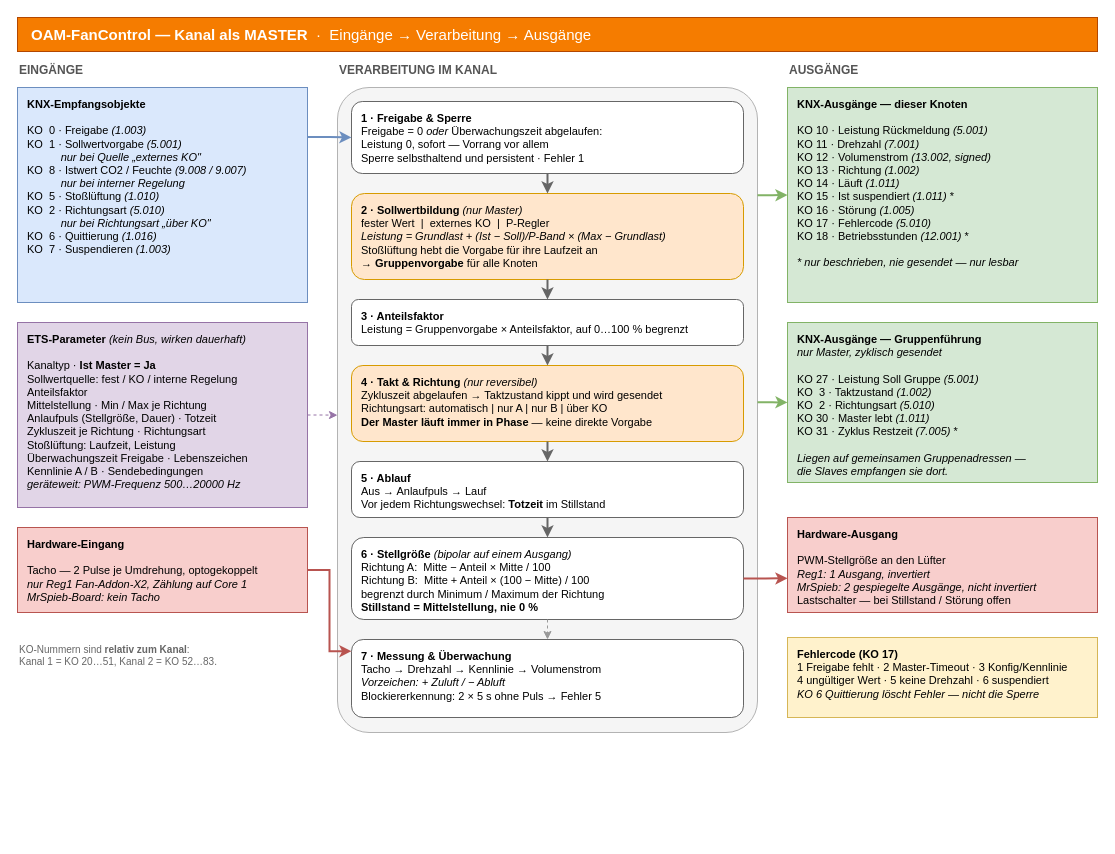
This is page "Master" (1 of 2) of references/IO-Uebersicht.drawio from OpenKNX/OAM-FanControl, a draw.io file, before an edit. Source tidied: cells renumbered, new cells numbered last; positions are measured from the earlier drawing's top-left corner, leaving out a move shared by most shapes. Both pictures are drawn from the tidied source at 100%, with x=0, y=0 at pixel (17, 17).
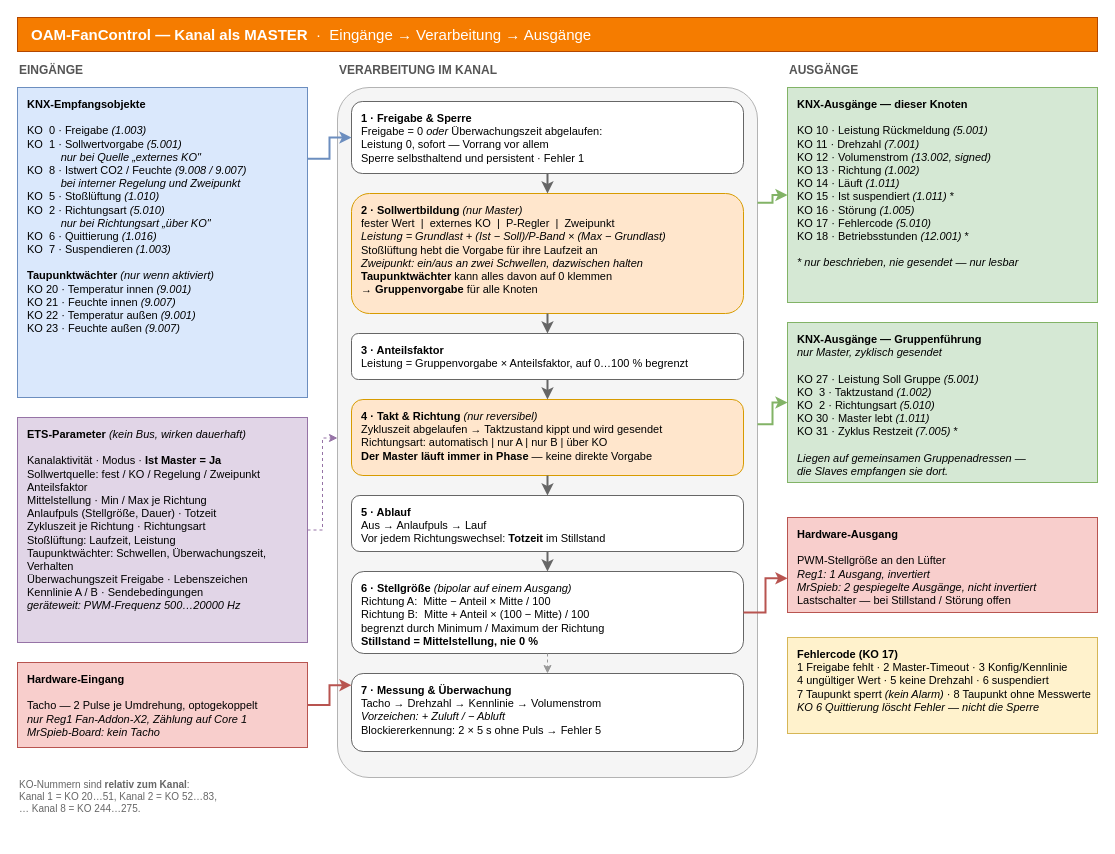
Above is the later version.

Change to the diagram source:
```diff
@@
     <mxCell id="6" style="rounded=1;arcSize=7.5;html=1;whiteSpace=wrap;fillColor=#F5F5F5;strokeColor=#B3B3B3;" parent="1" vertex="1">
-      <mxGeometry x="320" y="70" width="420" height="645" as="geometry" />
+      <mxGeometry x="320" y="70" width="420" height="690" as="geometry" />
     </mxCell>
-    <mxCell id="7" value="&lt;b&gt;KNX-Empfangsobjekte&lt;/b&gt;&lt;br&gt;&lt;br&gt;KO&amp;nbsp; 0 · Freigabe &lt;i&gt;(1.003)&lt;/i&gt;&lt;br&gt;KO&amp;nbsp; 1 · Sollwertvorgabe &lt;i&gt;(5.001)&lt;/i&gt;&lt;br&gt;&amp;nbsp;&amp;nbsp;&amp;nbsp;&amp;nbsp;&amp;nbsp;&amp;nbsp;&amp;nbsp;&amp;nbsp;&amp;nbsp;&amp;nbsp;&amp;nbsp;&lt;i&gt;nur bei Quelle „externes KO&quot;&lt;/i&gt;&lt;br&gt;KO&amp;nbsp; 8 · Istwert CO2 / Feuchte &lt;i&gt;(9.008 / 9.007)&lt;/i&gt;&lt;br&gt;&amp;nbsp;&amp;nbsp;&amp;nbsp;&amp;nbsp;&amp;nbsp;&amp;nbsp;&amp;nbsp;&amp;nbsp;&amp;nbsp;&amp;nbsp;&amp;nbsp;&lt;i&gt;nur bei interner Regelung&lt;/i&gt;&lt;br&gt;KO&amp;nbsp; 5 · Stoßlüftung &lt;i&gt;(1.010)&lt;/i&gt;&lt;br&gt;KO&amp;nbsp; 2 · Richtungsart &lt;i&gt;(5.010)&lt;/i&gt;&lt;br&gt;&amp;nbsp;&amp;nbsp;&amp;nbsp;&amp;nbsp;&amp;nbsp;&amp;nbsp;&amp;nbsp;&amp;nbsp;&amp;nbsp;&amp;nbsp;&amp;nbsp;&lt;i&gt;nur bei Richtungsart „über KO&quot;&lt;/i&gt;&lt;br&gt;KO&amp;nbsp; 6 · Quittierung &lt;i&gt;(1.016)&lt;/i&gt;&lt;br&gt;KO&amp;nbsp; 7 · Suspendieren &lt;i&gt;(1.003)&lt;/i&gt;" style="rounded=0;html=1;whiteSpace=wrap;fillColor=#DAE8FC;strokeColor=#6C8EBF;align=left;verticalAlign=top;spacingLeft=8;spacingTop=4;fontSize=11;" parent="1" vertex="1">
-      <mxGeometry y="70" width="290" height="215" as="geometry" />
+    <mxCell id="7" value="&lt;b&gt;KNX-Empfangsobjekte&lt;/b&gt;&lt;br&gt;&lt;br&gt;KO&amp;nbsp; 0 · Freigabe &lt;i&gt;(1.003)&lt;/i&gt;&lt;br&gt;KO&amp;nbsp; 1 · Sollwertvorgabe &lt;i&gt;(5.001)&lt;/i&gt;&lt;br&gt;&amp;nbsp;&amp;nbsp;&amp;nbsp;&amp;nbsp;&amp;nbsp;&amp;nbsp;&amp;nbsp;&amp;nbsp;&amp;nbsp;&amp;nbsp;&amp;nbsp;&lt;i&gt;nur bei Quelle „externes KO&quot;&lt;/i&gt;&lt;br&gt;KO&amp;nbsp; 8 · Istwert CO2 / Feuchte &lt;i&gt;(9.008 / 9.007)&lt;/i&gt;&lt;br&gt;&amp;nbsp;&amp;nbsp;&amp;nbsp;&amp;nbsp;&amp;nbsp;&amp;nbsp;&amp;nbsp;&amp;nbsp;&amp;nbsp;&amp;nbsp;&amp;nbsp;&lt;i&gt;bei interner Regelung und Zweipunkt&lt;/i&gt;&lt;br&gt;KO&amp;nbsp; 5 · Stoßlüftung &lt;i&gt;(1.010)&lt;/i&gt;&lt;br&gt;KO&amp;nbsp; 2 · Richtungsart &lt;i&gt;(5.010)&lt;/i&gt;&lt;br&gt;&amp;nbsp;&amp;nbsp;&amp;nbsp;&amp;nbsp;&amp;nbsp;&amp;nbsp;&amp;nbsp;&amp;nbsp;&amp;nbsp;&amp;nbsp;&amp;nbsp;&lt;i&gt;nur bei Richtungsart „über KO&quot;&lt;/i&gt;&lt;br&gt;KO&amp;nbsp; 6 · Quittierung &lt;i&gt;(1.016)&lt;/i&gt;&lt;br&gt;KO&amp;nbsp; 7 · Suspendieren &lt;i&gt;(1.003)&lt;/i&gt;&lt;br&gt;&lt;br&gt;&lt;b&gt;Taupunktwächter&lt;/b&gt; &lt;i&gt;(nur wenn aktiviert)&lt;/i&gt;&lt;br&gt;KO 20 · Temperatur innen &lt;i&gt;(9.001)&lt;/i&gt;&lt;br&gt;KO 21 · Feuchte innen &lt;i&gt;(9.007)&lt;/i&gt;&lt;br&gt;KO 22 · Temperatur außen &lt;i&gt;(9.001)&lt;/i&gt;&lt;br&gt;KO 23 · Feuchte außen &lt;i&gt;(9.007)&lt;/i&gt;" style="rounded=0;html=1;whiteSpace=wrap;fillColor=#DAE8FC;strokeColor=#6C8EBF;align=left;verticalAlign=top;spacingLeft=8;spacingTop=4;fontSize=11;" parent="1" vertex="1">
+      <mxGeometry y="70" width="290" height="310" as="geometry" />
     </mxCell>
-    <mxCell id="8" value="&lt;b&gt;ETS-Parameter&lt;/b&gt; &lt;i&gt;(kein Bus, wirken dauerhaft)&lt;/i&gt;&lt;br&gt;&lt;br&gt;Kanaltyp · &lt;b&gt;Ist Master = Ja&lt;/b&gt;&lt;br&gt;Sollwertquelle: fest / KO / interne Regelung&lt;br&gt;Anteilsfaktor&lt;br&gt;Mittelstellung · Min / Max je Richtung&lt;br&gt;Anlaufpuls (Stellgröße, Dauer) · Totzeit&lt;br&gt;Zykluszeit je Richtung · Richtungsart&lt;br&gt;Stoßlüftung: Laufzeit, Leistung&lt;br&gt;Überwachungszeit Freigabe · Lebenszeichen&lt;br&gt;Kennlinie A / B · Sendebedingungen&lt;br&gt;&lt;i&gt;geräteweit: PWM-Frequenz 500…20000 Hz&lt;/i&gt;" style="rounded=0;html=1;whiteSpace=wrap;fillColor=#E1D5E7;strokeColor=#9673A6;align=left;verticalAlign=top;spacingLeft=8;spacingTop=4;fontSize=11;" parent="1" vertex="1">
-      <mxGeometry y="305" width="290" height="185" as="geometry" />
+    <mxCell id="8" value="&lt;b&gt;ETS-Parameter&lt;/b&gt; &lt;i&gt;(kein Bus, wirken dauerhaft)&lt;/i&gt;&lt;br&gt;&lt;br&gt;Kanalaktivität · Modus · &lt;b&gt;Ist Master = Ja&lt;/b&gt;&lt;br&gt;Sollwertquelle: fest / KO / Regelung / Zweipunkt&lt;br&gt;Anteilsfaktor&lt;br&gt;Mittelstellung · Min / Max je Richtung&lt;br&gt;Anlaufpuls (Stellgröße, Dauer) · Totzeit&lt;br&gt;Zykluszeit je Richtung · Richtungsart&lt;br&gt;Stoßlüftung: Laufzeit, Leistung&lt;br&gt;Taupunktwächter: Schwellen, Überwachungszeit, Verhalten&lt;br&gt;Überwachungszeit Freigabe · Lebenszeichen&lt;br&gt;Kennlinie A / B · Sendebedingungen&lt;br&gt;&lt;i&gt;geräteweit: PWM-Frequenz 500…20000 Hz&lt;/i&gt;" style="rounded=0;html=1;whiteSpace=wrap;fillColor=#E1D5E7;strokeColor=#9673A6;align=left;verticalAlign=top;spacingLeft=8;spacingTop=4;fontSize=11;" parent="1" vertex="1">
+      <mxGeometry y="400" width="290" height="225" as="geometry" />
     </mxCell>
     <mxCell id="9" value="&lt;b&gt;Hardware-Eingang&lt;/b&gt;&lt;br&gt;&lt;br&gt;Tacho — 2 Pulse je Umdrehung, optogekoppelt&lt;br&gt;&lt;i&gt;nur Reg1 Fan-Addon-X2, Zählung auf Core 1&lt;/i&gt;&lt;br&gt;&lt;i&gt;MrSpieb-Board: kein Tacho&lt;/i&gt;" style="rounded=0;html=1;whiteSpace=wrap;fillColor=#F8CECC;strokeColor=#B85450;align=left;verticalAlign=top;spacingLeft=8;spacingTop=4;fontSize=11;" parent="1" vertex="1">
-      <mxGeometry y="510" width="290" height="85" as="geometry" />
+      <mxGeometry y="645" width="290" height="85" as="geometry" />
     </mxCell>
-    <mxCell id="10" value="KO-Nummern sind &lt;b&gt;relativ zum Kanal&lt;/b&gt;:&lt;br&gt;Kanal 1 = KO 20…51, Kanal 2 = KO 52…83." style="text;html=1;whiteSpace=wrap;align=left;verticalAlign=top;fontSize=10;fontColor=#666666;" parent="1" vertex="1">
-      <mxGeometry y="620" width="290" height="50" as="geometry" />
+    <mxCell id="10" value="KO-Nummern sind &lt;b&gt;relativ zum Kanal&lt;/b&gt;:&lt;br&gt;Kanal 1 = KO 20…51, Kanal 2 = KO 52…83,&lt;br&gt;… Kanal 8 = KO 244…275." style="text;html=1;whiteSpace=wrap;align=left;verticalAlign=top;fontSize=10;fontColor=#666666;" parent="1" vertex="1">
+      <mxGeometry y="755" width="290" height="64" as="geometry" />
     </mxCell>
@@
-    <mxCell id="12" value="&lt;b&gt;2 · Sollwertbildung&lt;/b&gt; &lt;i&gt;(nur Master)&lt;/i&gt;&lt;br&gt;fester Wert &amp;nbsp;|&amp;nbsp; externes KO &amp;nbsp;|&amp;nbsp; P-Regler&lt;br&gt;&lt;i&gt;Leistung = Grundlast + (Ist − Soll)/P-Band × (Max − Grundlast)&lt;/i&gt;&lt;br&gt;Stoßlüftung hebt die Vorgabe für ihre Laufzeit an&lt;br&gt;→ &lt;b&gt;Gruppenvorgabe&lt;/b&gt; für alle Knoten" style="rounded=1;html=1;whiteSpace=wrap;fillColor=#FFE6CC;strokeColor=#D79B00;align=left;verticalAlign=top;spacingLeft=8;spacingTop=4;fontSize=11;" parent="1" vertex="1">
-      <mxGeometry x="334" y="176" width="392" height="86" as="geometry" />
+    <mxCell id="12" value="&lt;b&gt;2 · Sollwertbildung&lt;/b&gt; &lt;i&gt;(nur Master)&lt;/i&gt;&lt;br&gt;fester Wert &amp;nbsp;|&amp;nbsp; externes KO &amp;nbsp;|&amp;nbsp; P-Regler &amp;nbsp;|&amp;nbsp; Zweipunkt&lt;br&gt;&lt;i&gt;Leistung = Grundlast + (Ist − Soll)/P-Band × (Max − Grundlast)&lt;/i&gt;&lt;br&gt;Stoßlüftung hebt die Vorgabe für ihre Laufzeit an&lt;br&gt;&lt;i&gt;Zweipunkt: ein/aus an zwei Schwellen, dazwischen halten&lt;/i&gt;&lt;br&gt;&lt;b&gt;Taupunktwächter&lt;/b&gt; kann alles davon auf 0 klemmen&lt;br&gt;→ &lt;b&gt;Gruppenvorgabe&lt;/b&gt; für alle Knoten" style="rounded=1;html=1;whiteSpace=wrap;fillColor=#FFE6CC;strokeColor=#D79B00;align=left;verticalAlign=top;spacingLeft=8;spacingTop=4;fontSize=11;" parent="1" vertex="1">
+      <mxGeometry x="334" y="176" width="392" height="120" as="geometry" />
     </mxCell>
     <mxCell id="13" value="&lt;b&gt;3 · Anteilsfaktor&lt;/b&gt;&lt;br&gt;Leistung = Gruppenvorgabe × Anteilsfaktor, auf 0…100 % begrenzt" style="rounded=1;html=1;whiteSpace=wrap;fillColor=#FFFFFF;strokeColor=#666666;align=left;verticalAlign=top;spacingLeft=8;spacingTop=4;fontSize=11;" parent="1" vertex="1">
-      <mxGeometry x="334" y="282" width="392" height="46" as="geometry" />
+      <mxGeometry x="334" y="316" width="392" height="46" as="geometry" />
     </mxCell>
     <mxCell id="14" value="&lt;b&gt;4 · Takt &amp;amp; Richtung&lt;/b&gt; &lt;i&gt;(nur reversibel)&lt;/i&gt;&lt;br&gt;Zykluszeit abgelaufen → Taktzustand kippt und wird gesendet&lt;br&gt;Richtungsart: automatisch | nur A | nur B | über KO&lt;br&gt;&lt;b&gt;Der Master läuft immer in Phase&lt;/b&gt; — keine direkte Vorgabe" style="rounded=1;html=1;whiteSpace=wrap;fillColor=#FFE6CC;strokeColor=#D79B00;align=left;verticalAlign=top;spacingLeft=8;spacingTop=4;fontSize=11;" parent="1" vertex="1">
-      <mxGeometry x="334" y="348" width="392" height="76" as="geometry" />
+      <mxGeometry x="334" y="382" width="392" height="76" as="geometry" />
     </mxCell>
     <mxCell id="15" value="&lt;b&gt;5 · Ablauf&lt;/b&gt;&lt;br&gt;Aus → Anlaufpuls → Lauf&lt;br&gt;Vor jedem Richtungswechsel: &lt;b&gt;Totzeit&lt;/b&gt; im Stillstand" style="rounded=1;html=1;whiteSpace=wrap;fillColor=#FFFFFF;strokeColor=#666666;align=left;verticalAlign=top;spacingLeft=8;spacingTop=4;fontSize=11;" parent="1" vertex="1">
-      <mxGeometry x="334" y="444" width="392" height="56" as="geometry" />
+      <mxGeometry x="334" y="478" width="392" height="56" as="geometry" />
     </mxCell>
     <mxCell id="16" value="&lt;b&gt;6 · Stellgröße&lt;/b&gt; &lt;i&gt;(bipolar auf einem Ausgang)&lt;/i&gt;&lt;br&gt;Richtung A: &amp;nbsp;Mitte − Anteil × Mitte / 100&lt;br&gt;Richtung B: &amp;nbsp;Mitte + Anteil × (100 − Mitte) / 100&lt;br&gt;begrenzt durch Minimum / Maximum der Richtung&lt;br&gt;&lt;b&gt;Stillstand = Mittelstellung, nie 0 %&lt;/b&gt;" style="rounded=1;html=1;whiteSpace=wrap;fillColor=#FFFFFF;strokeColor=#666666;align=left;verticalAlign=top;spacingLeft=8;spacingTop=4;fontSize=11;" parent="1" vertex="1">
-      <mxGeometry x="334" y="520" width="392" height="82" as="geometry" />
+      <mxGeometry x="334" y="554" width="392" height="82" as="geometry" />
     </mxCell>
     <mxCell id="17" value="&lt;b&gt;7 · Messung &amp;amp; Überwachung&lt;/b&gt;&lt;br&gt;Tacho → Drehzahl → Kennlinie → Volumenstrom&lt;br&gt;&lt;i&gt;Vorzeichen: + Zuluft / − Abluft&lt;/i&gt;&lt;br&gt;Blockiererkennung: 2 × 5 s ohne Puls → Fehler 5" style="rounded=1;html=1;whiteSpace=wrap;fillColor=#FFFFFF;strokeColor=#666666;align=left;verticalAlign=top;spacingLeft=8;spacingTop=4;fontSize=11;" parent="1" vertex="1">
-      <mxGeometry x="334" y="622" width="392" height="78" as="geometry" />
+      <mxGeometry x="334" y="656" width="392" height="78" as="geometry" />
     </mxCell>
@@
-    <mxCell id="21" value="&lt;b&gt;Fehlercode (KO 17)&lt;/b&gt;&lt;br&gt;1 Freigabe fehlt · 2 Master-Timeout · 3 Konfig/Kennlinie&lt;br&gt;4 ungültiger Wert · 5 keine Drehzahl · 6 suspendiert&lt;br&gt;&lt;i&gt;KO 6 Quittierung löscht Fehler — nicht die Sperre&lt;/i&gt;" style="rounded=0;html=1;whiteSpace=wrap;fillColor=#FFF2CC;strokeColor=#D6B656;align=left;verticalAlign=top;spacingLeft=8;spacingTop=4;fontSize=11;" parent="1" vertex="1">
-      <mxGeometry x="770" y="620" width="310" height="80" as="geometry" />
+    <mxCell id="21" value="&lt;b&gt;Fehlercode (KO 17)&lt;/b&gt;&lt;br&gt;1 Freigabe fehlt · 2 Master-Timeout · 3 Konfig/Kennlinie&lt;br&gt;4 ungültiger Wert · 5 keine Drehzahl · 6 suspendiert&lt;br&gt;7 Taupunkt sperrt &lt;i&gt;(kein Alarm)&lt;/i&gt; · 8 Taupunkt ohne Messwerte&lt;br&gt;&lt;i&gt;KO 6 Quittierung löscht Fehler — nicht die Sperre&lt;/i&gt;" style="rounded=0;html=1;whiteSpace=wrap;fillColor=#FFF2CC;strokeColor=#D6B656;align=left;verticalAlign=top;spacingLeft=8;spacingTop=4;fontSize=11;" parent="1" vertex="1">
+      <mxGeometry x="770" y="620" width="310" height="96" as="geometry" />
     </mxCell>
```
